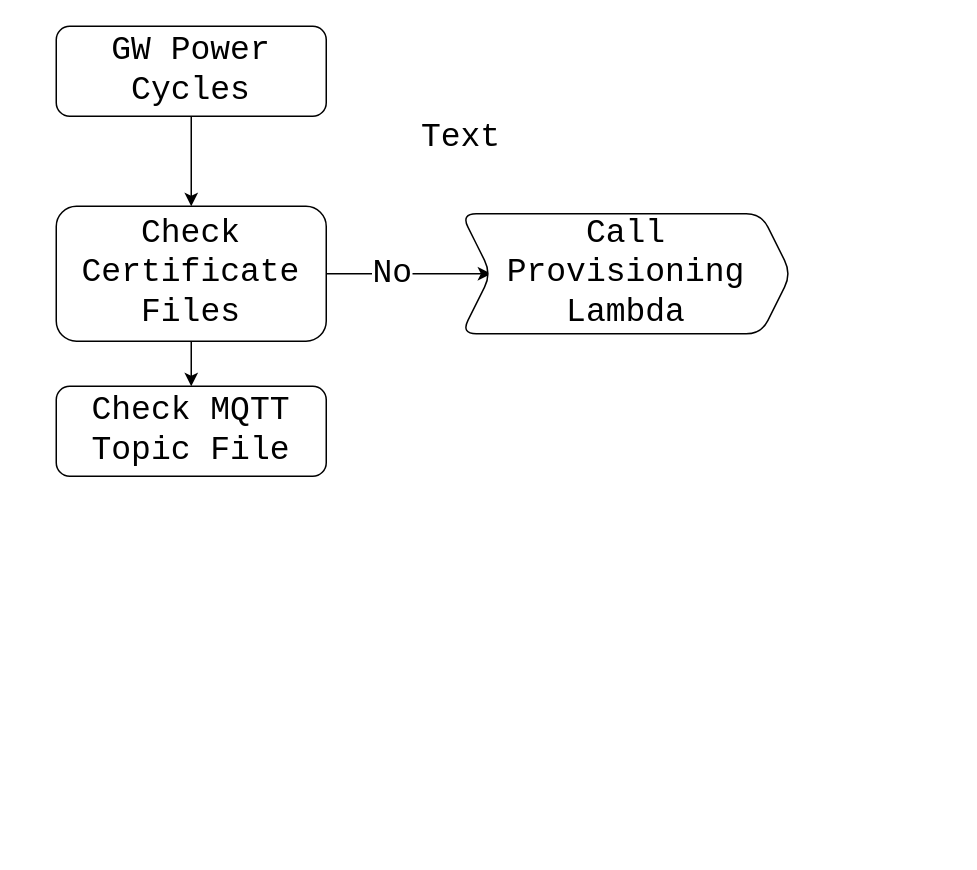
The draw.io diagram Untitled Diagram.drawio in connerataiphone/Test, before the edit. Source tidied: cells renumbered, new cells numbered last; positions are measured from the earlier drawing's top-left corner, leaving out a move shared by most shapes. Both pictures are drawn from the tidied source at 150%, with x=0, y=0 at pixel (56, 26).
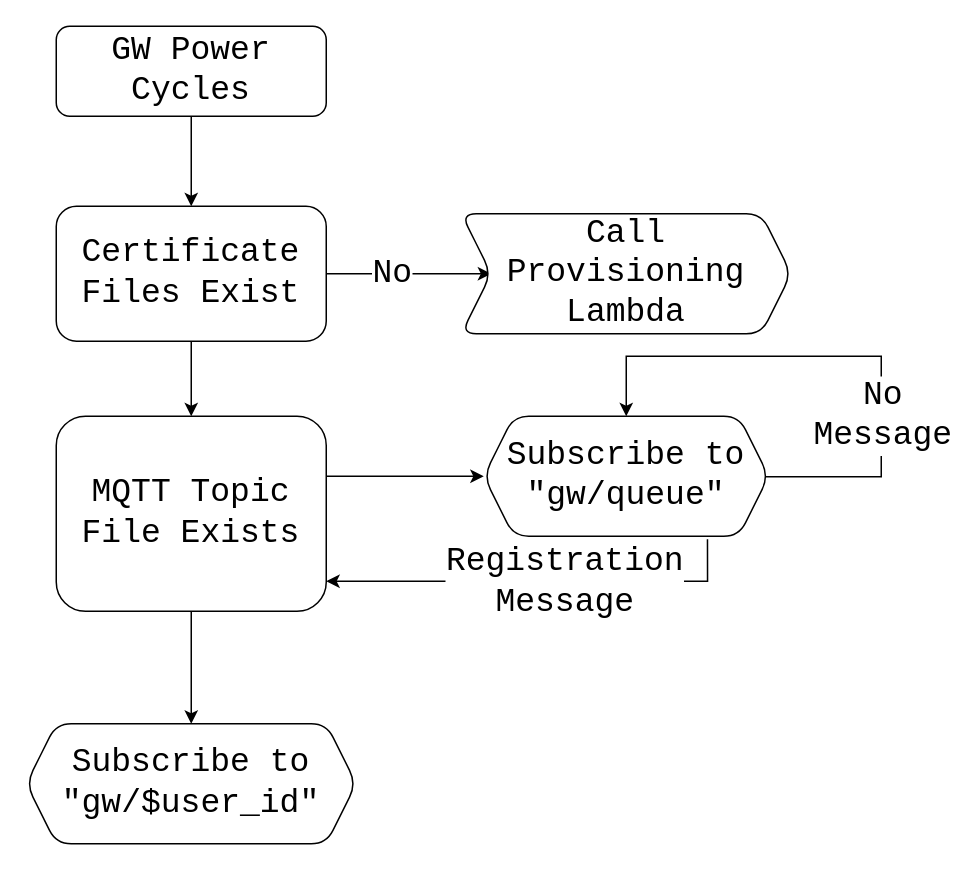
Above is the later version.

What changed in the source:
```diff
@@
-    <mxCell id="6" style="edgeStyle=orthogonalEdgeStyle;rounded=0;jettySize=auto;html=1;fontFamily=Courier New;fontSize=22;" parent="1" edge="1" source="7" target="10">
-      <mxGeometry relative="1" as="geometry" />
+    <mxCell id="6" style="edgeStyle=orthogonalEdgeStyle;rounded=0;jettySize=auto;html=1;fontFamily=Courier New;fontSize=22;fontColor=none;noLabel=1;" parent="1" edge="1" source="7" target="10">
+      <mxGeometry relative="1" as="geometry">
+        <Array as="points">
+          <mxPoint x="90" y="240" />
+          <mxPoint x="90" y="240" />
+        </Array>
+      </mxGeometry>
     </mxCell>
-    <mxCell id="7" value="Check&lt;br&gt;Certificate Files" style="rounded=1;whiteSpace=wrap;html=1;labelBorderColor=none;fontFamily=Courier New;fontSize=22;" parent="1" vertex="1">
+    <mxCell id="7" value="Certificate Files Exist" style="rounded=1;whiteSpace=wrap;html=1;labelBorderColor=none;fontFamily=Courier New;fontSize=22;" parent="1" vertex="1">
       <mxGeometry y="120" width="180" height="90" as="geometry" />
     </mxCell>
@@
-    <mxCell id="9" value="Text" style="text;html=1;strokeColor=none;fillColor=none;align=center;verticalAlign=middle;whiteSpace=wrap;rounded=0;fontSize=22;fontFamily=Courier New;" parent="1" vertex="1">
-      <mxGeometry x="240" y="60" width="60" height="30" as="geometry" />
-    </mxCell>
+    <mxCell id="11" style="edgeStyle=orthogonalEdgeStyle;rounded=0;jettySize=auto;html=1;fontFamily=Courier New;fontSize=22;exitX=1;exitY=0.25;exitDx=0;exitDy=0;" parent="1" edge="1" source="10" target="18">
+      <mxGeometry relative="1" as="geometry">
+        <Array as="points">
+          <mxPoint x="180" y="300" />
+        </Array>
+      </mxGeometry>
+    </mxCell>
+    <mxCell id="12" style="edgeStyle=orthogonalEdgeStyle;rounded=0;jettySize=auto;html=1;fontFamily=Courier New;fontSize=22;" parent="1" edge="1" source="10" target="17">
+      <mxGeometry relative="1" as="geometry" />
+    </mxCell>
-    <mxCell id="10" value="Check MQTT Topic File" style="rounded=1;whiteSpace=wrap;html=1;labelBorderColor=none;fontFamily=Courier New;fontSize=22;" parent="1" vertex="1">
-      <mxGeometry y="240" width="180" height="60" as="geometry" />
+    <mxCell id="10" value="MQTT Topic File Exists" style="rounded=1;whiteSpace=wrap;html=1;labelBorderColor=none;fontFamily=Courier New;fontSize=22;" parent="1" vertex="1">
+      <mxGeometry y="260" width="180" height="130" as="geometry" />
     </mxCell>
+    <mxCell id="13" style="edgeStyle=orthogonalEdgeStyle;rounded=0;orthogonalLoop=1;jettySize=auto;html=1;fontFamily=Courier New;fontSize=22;entryX=0.5;entryY=0;entryDx=0;entryDy=0;exitX=0.974;exitY=0.504;exitDx=0;exitDy=0;exitPerimeter=0;" parent="1" edge="1" source="18" target="18">
+      <mxGeometry relative="1" as="geometry">
+        <Array as="points">
+          <mxPoint x="550" y="300" />
+          <mxPoint x="550" y="220" />
+          <mxPoint x="380" y="220" />
+        </Array>
+      </mxGeometry>
+    </mxCell>
+    <mxCell id="14" value="No &lt;br&gt;Message" style="edgeLabel;html=1;align=center;verticalAlign=middle;fontSize=22;fontFamily=Courier New;" parent="13" vertex="1">
+      <mxGeometry x="-0.26" y="5" relative="1" as="geometry">
+        <mxPoint x="5" y="16" as="offset" />
+      </mxGeometry>
+    </mxCell>
+    <mxCell id="15" style="edgeStyle=orthogonalEdgeStyle;rounded=0;jettySize=auto;html=1;fontFamily=Courier New;fontSize=22;startArrow=none;exitX=0.785;exitY=1.024;exitDx=0;exitDy=0;exitPerimeter=0;" parent="1" edge="1" source="18">
+      <mxGeometry relative="1" as="geometry">
+        <mxPoint x="180" y="370" as="targetPoint" />
+        <Array as="points">
+          <mxPoint x="434" y="370" />
+        </Array>
+      </mxGeometry>
+    </mxCell>
+    <mxCell id="16" value="Registration&lt;br&gt;Message" style="edgeLabel;html=1;align=center;verticalAlign=middle;fontSize=22;fontFamily=Courier New;" parent="15" vertex="1">
+      <mxGeometry x="-0.12" relative="1" as="geometry" />
+    </mxCell>
+    <mxCell id="17" value="Subscribe to &quot;gw/$user_id&quot;" style="shape=hexagon;perimeter=hexagonPerimeter2;whiteSpace=wrap;html=1;fixedSize=1;fontSize=22;fontFamily=Courier New;rounded=1;labelBorderColor=none;" parent="1" vertex="1">
+      <mxGeometry x="-20" y="465" width="220" height="80" as="geometry" />
+    </mxCell>
+    <mxCell id="18" value="&lt;div&gt;Subscribe to &quot;gw/queue&quot;&lt;br&gt;&lt;/div&gt;" style="shape=hexagon;perimeter=hexagonPerimeter2;whiteSpace=wrap;html=1;fixedSize=1;fontSize=22;fontFamily=Courier New;rounded=1;labelBorderColor=none;" parent="1" vertex="1">
+      <mxGeometry x="285" y="260" width="190" height="80" as="geometry" />
+    </mxCell>
```
